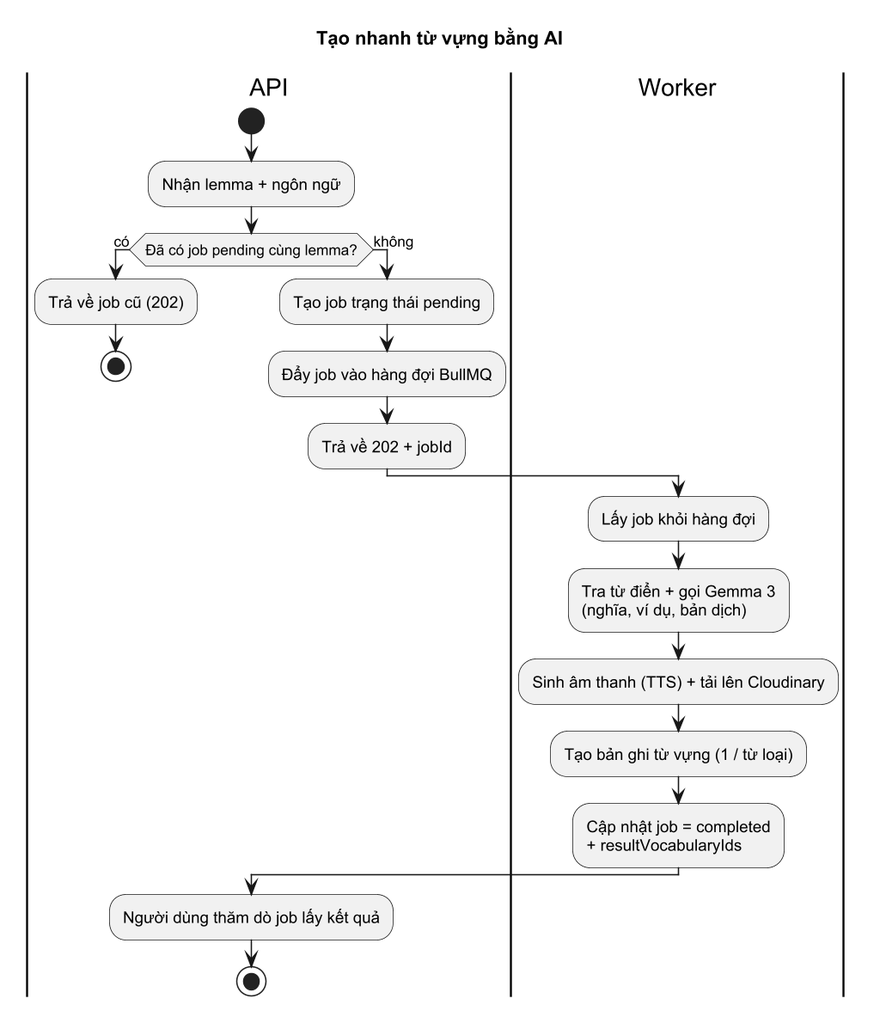
The PlantUML diagram docs/report/images/activity-tao-nhanh-ai.png in XuanVietK67/learning_vocab_backend, before a commit.
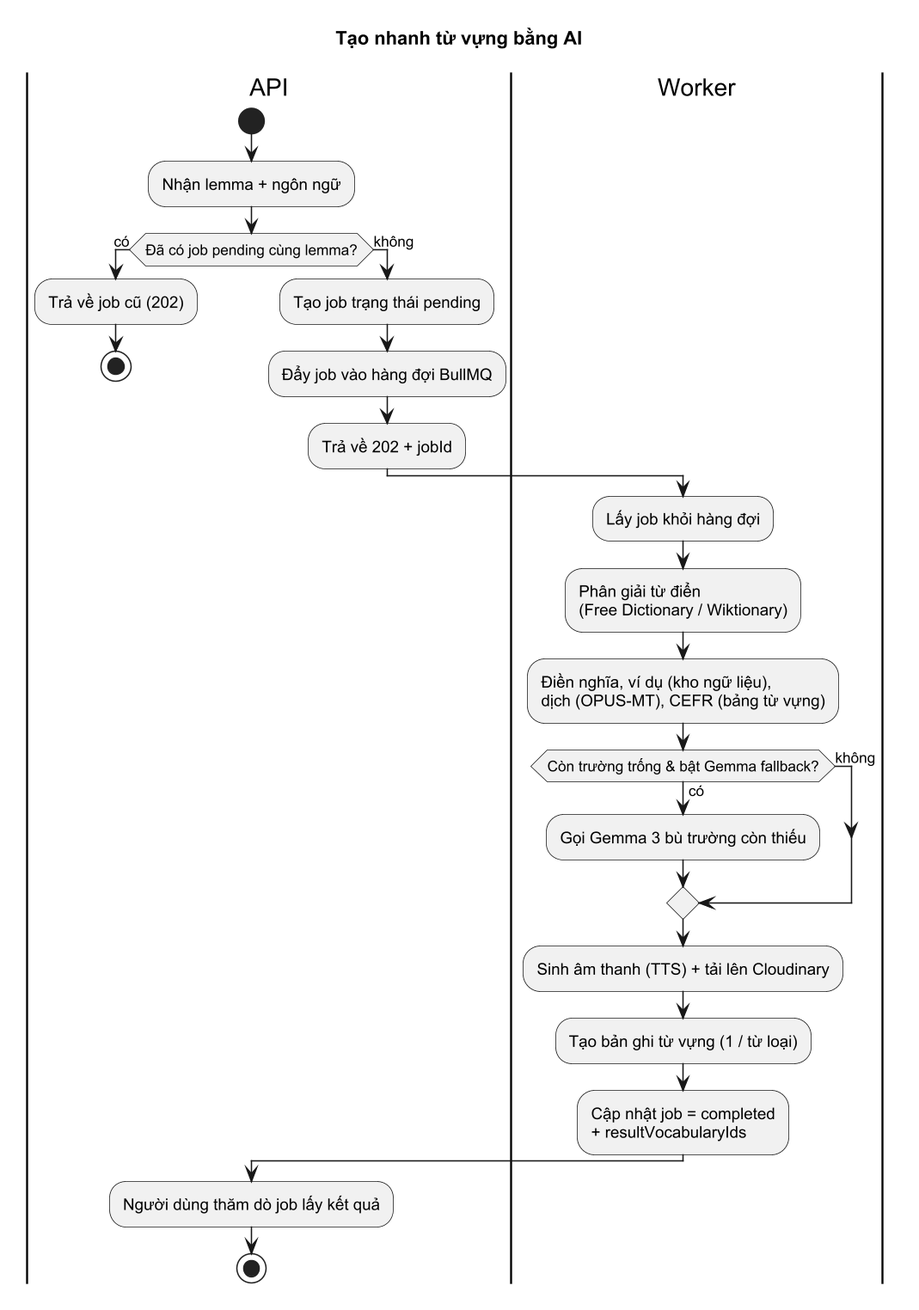
The same file after the commit.

The edit, as a diff of the source:
```diff
@@ -16,7 +16,12 @@
 endif
 |Worker|
 :Lấy job khỏi hàng đợi;
-:Tra từ điển + gọi Gemma 3\n(nghĩa, ví dụ, bản dịch);
+:Phân giải từ điển\n(Free Dictionary / Wiktionary);
+:Điền nghĩa, ví dụ (kho ngữ liệu),\ndịch (OPUS-MT), CEFR (bảng từ vựng);
+if (Còn trường trống & bật Gemma fallback?) then (có)
+  :Gọi Gemma 3 bù trường còn thiếu;
+else (không)
+endif
 :Sinh âm thanh (TTS) + tải lên Cloudinary;
 :Tạo bản ghi từ vựng (1 / từ loại);
 :Cập nhật job = completed\n+ resultVocabularyIds;
```
